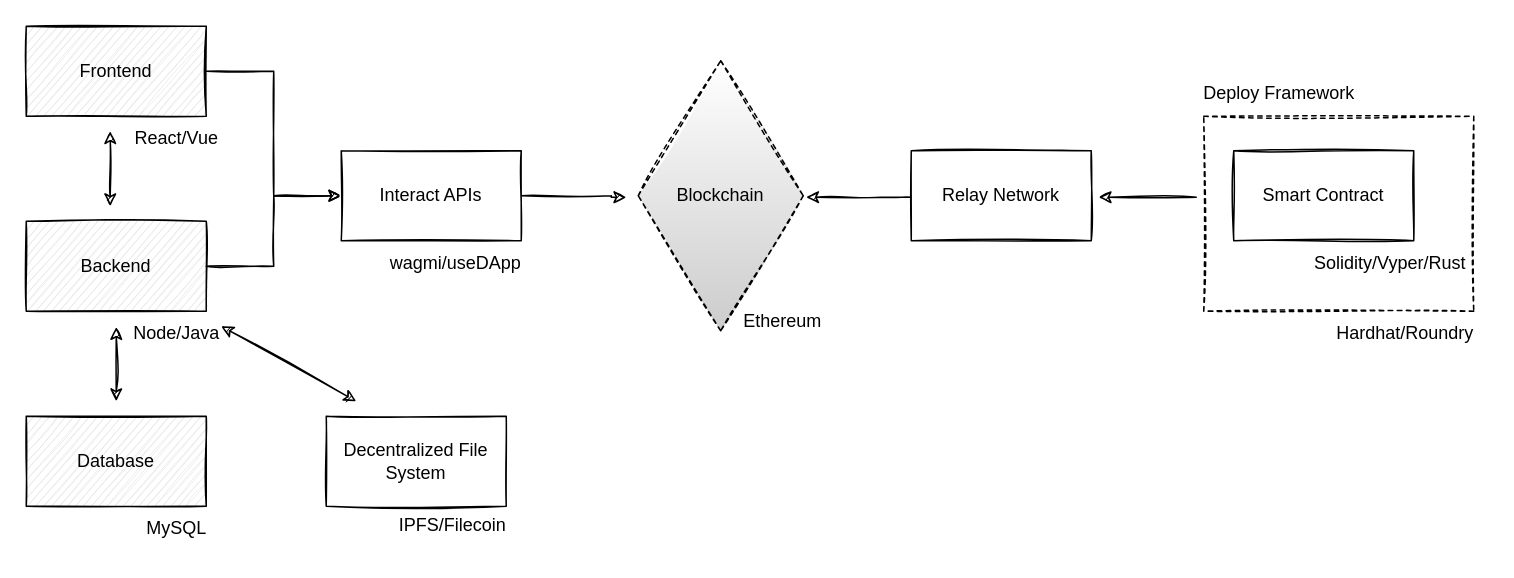
harrybaa/drawio_bucket keeps this draw.io diagram as web3.0/web3.0tech overall.drawio. Above is the earlier version. Source tidied: cells renumbered, new cells numbered last; positions are measured from the earlier drawing's top-left corner, leaving out a move shared by most shapes. Both pictures are drawn from the tidied source at 150%, with x=0, y=0 at pixel (26, 26).
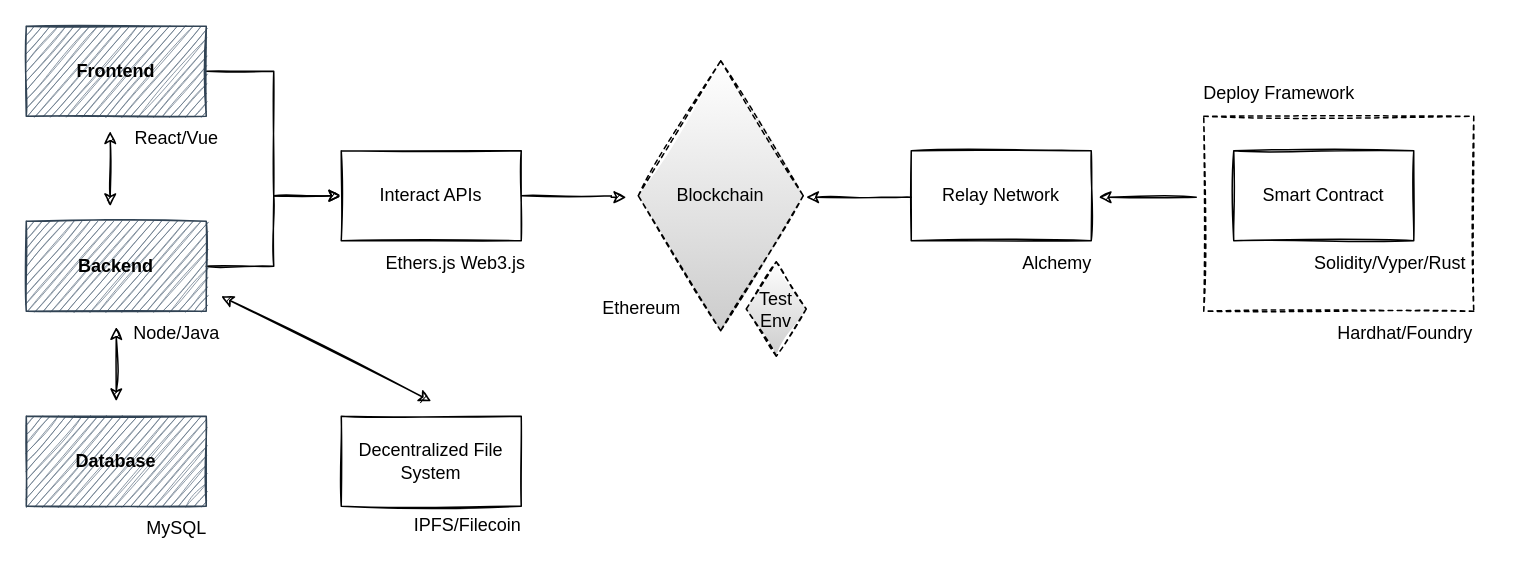
The same diagram, later.

Unchanged cells that the change refers to:
```xml
<mxCell id="10" value="Node/Java" style="text;html=1;align=center;verticalAlign=middle;points=[];strokeColor=none;fillColor=none;" parent="1" vertex="1">
  <mxGeometry x="60" y="190" width="80" height="30" as="geometry" />
</mxCell>
```

The edit, as a diff of the source:
```diff
@@
-    <mxCell id="5" value="Frontend" style="rounded=0;whiteSpace=wrap;html=1;sketch=1;fillColor=#E6E6E6;" parent="1" vertex="1">
+    <mxCell id="5" value="&lt;b&gt;&lt;font color=&quot;#000000&quot;&gt;Frontend&lt;/font&gt;&lt;/b&gt;" style="rounded=0;whiteSpace=wrap;html=1;sketch=1;fillColor=#647687;strokeColor=#314354;fontColor=#ffffff;" parent="1" vertex="1">
       <mxGeometry width="120" height="60" as="geometry" />
     </mxCell>
@@
-    <mxCell id="7" value="Backend" style="rounded=0;whiteSpace=wrap;html=1;sketch=1;fillColor=#E6E6E6;" parent="1" vertex="1">
+    <mxCell id="7" value="&lt;font color=&quot;#000000&quot;&gt;&lt;b&gt;Backend&lt;/b&gt;&lt;/font&gt;" style="rounded=0;whiteSpace=wrap;html=1;sketch=1;fillColor=#647687;fontColor=#ffffff;strokeColor=#314354;" parent="1" vertex="1">
       <mxGeometry y="130" width="120" height="60" as="geometry" />
     </mxCell>
-    <mxCell id="8" value="Database" style="rounded=0;whiteSpace=wrap;html=1;sketch=1;fillColor=#E6E6E6;" parent="1" vertex="1">
+    <mxCell id="8" value="&lt;font color=&quot;#000000&quot;&gt;&lt;b&gt;Database&lt;/b&gt;&lt;/font&gt;" style="rounded=0;whiteSpace=wrap;html=1;sketch=1;fillColor=#647687;fontColor=#ffffff;strokeColor=#314354;" parent="1" vertex="1">
       <mxGeometry y="260" width="120" height="60" as="geometry" />
     </mxCell>
@@
     <mxCell id="12" value="Ethereum" style="text;html=1;align=center;verticalAlign=middle;strokeColor=none;fillColor=none;" parent="1" vertex="1">
-      <mxGeometry x="464" y="182" width="80" height="30" as="geometry" />
+      <mxGeometry x="370" y="173" width="80" height="30" as="geometry" />
     </mxCell>
@@
-    <mxCell id="18" value="Hardhat/Roundry" style="text;html=1;align=center;verticalAlign=middle;strokeColor=none;fillColor=none;" parent="1" vertex="1">
+    <mxCell id="18" value="Hardhat/Foundry" style="text;html=1;align=center;verticalAlign=middle;strokeColor=none;fillColor=none;" parent="1" vertex="1">
       <mxGeometry x="864" y="190" width="110" height="30" as="geometry" />
     </mxCell>
@@
     <mxCell id="21" value="Decentralized File System" style="rounded=0;whiteSpace=wrap;html=1;sketch=1;" parent="1" vertex="1">
-      <mxGeometry x="200" y="260" width="120" height="60" as="geometry" />
+      <mxGeometry x="210" y="260" width="120" height="60" as="geometry" />
     </mxCell>
-    <mxCell id="22" style="endArrow=classic;startArrow=classic;html=1;rounded=0;sketch=1;entryX=0.875;entryY=0.333;entryDx=0;entryDy=0;entryPerimeter=0;" parent="1" edge="1" target="10">
+    <mxCell id="22" style="endArrow=classic;startArrow=classic;html=1;rounded=0;sketch=1;" parent="1" edge="1">
       <mxGeometry relative="1" as="geometry">
-        <mxPoint x="220" y="250" as="sourcePoint" />
+        <mxPoint x="270" y="250" as="sourcePoint" />
+        <mxPoint x="130" y="180" as="targetPoint" />
       </mxGeometry>
     </mxCell>
     <mxCell id="23" value="IPFS/Filecoin" style="text;html=1;align=center;verticalAlign=middle;strokeColor=none;fillColor=none;" parent="1" vertex="1">
-      <mxGeometry x="239" y="318" width="90" height="30" as="geometry" />
+      <mxGeometry x="249" y="318" width="90" height="30" as="geometry" />
     </mxCell>
@@
-    <mxCell id="26" value="wagmi/useDApp" style="text;html=1;align=center;verticalAlign=middle;strokeColor=none;fillColor=none;" parent="1" vertex="1">
-      <mxGeometry x="231" y="143" width="110" height="30" as="geometry" />
+    <mxCell id="26" value="Ethers.js Web3.js" style="text;html=1;align=center;verticalAlign=middle;strokeColor=none;fillColor=none;" parent="1" vertex="1">
+      <mxGeometry x="226" y="143" width="120" height="30" as="geometry" />
     </mxCell>
@@
+    <mxCell id="28" value="Test Env" style="rhombus;whiteSpace=wrap;html=1;dashed=1;sketch=1;fillColor=#FFFFFF;fillStyle=auto;gradientColor=#CCCCCC;" parent="1" vertex="1">
+      <mxGeometry x="480" y="157" width="40" height="63" as="geometry" />
+    </mxCell>
+    <mxCell id="29" value="Alchemy" style="text;html=1;align=center;verticalAlign=middle;strokeColor=none;fillColor=none;" parent="1" vertex="1">
+      <mxGeometry x="652" y="143" width="70" height="30" as="geometry" />
+    </mxCell>
```
